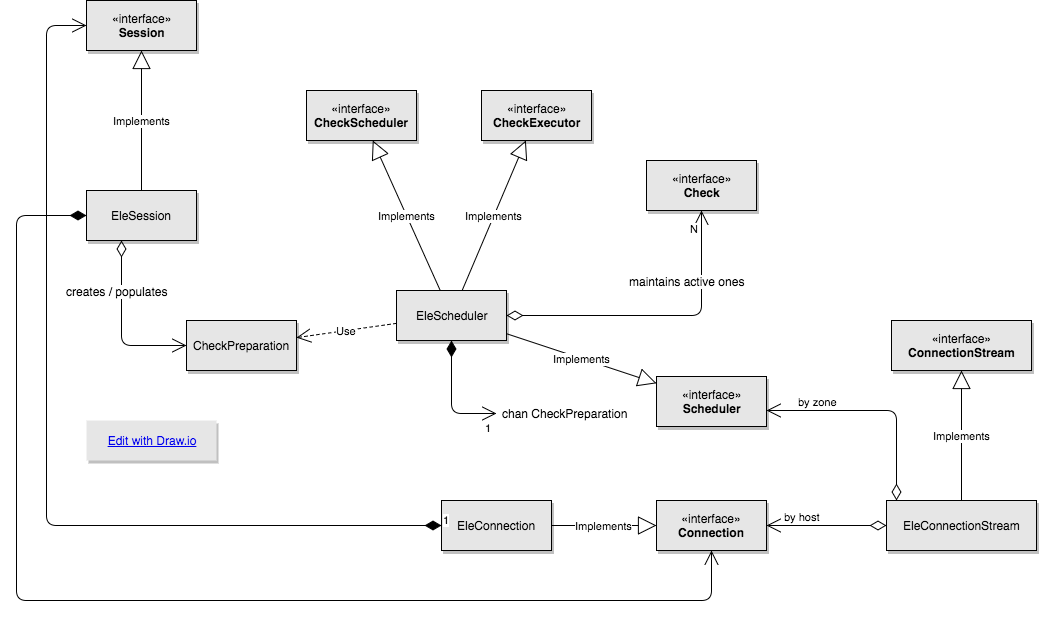
racker/rackspace-monitoring-poller keeps this draw.io diagram as docs/Poller session-scheduler-check reconciliation.png. Above is the earlier version. Source tidied: cells renumbered, new cells last; positions are measured from the earlier drawing's top-left corner, leaving out a move shared by most shapes.
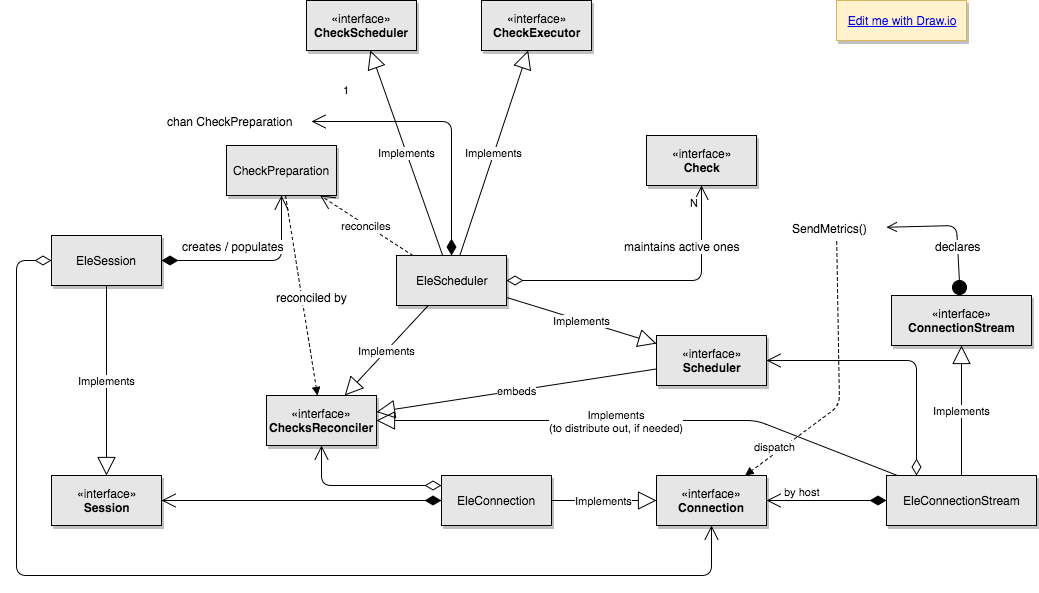
Later version of the same file.

Change to the diagram source:
```diff
@@ -3,51 +3,47 @@
     <mxCell id="0" style="html=1;" />
     <mxCell id="1" style="html=1;" parent="0" />
     <mxCell id="2" value="EleSession" style="html=1;shadow=1;fillColor=#E6E6E6;" parent="1" vertex="1">
-      <mxGeometry x="70" y="190" width="110" height="50" as="geometry" />
+      <mxGeometry x="5" y="260" width="110" height="50" as="geometry" />
     </mxCell>
     <mxCell id="3" value="«interface»&lt;br&gt;&lt;b&gt;Session&lt;/b&gt;" style="html=1;shadow=1;fillColor=#E6E6E6;" parent="1" vertex="1">
-      <mxGeometry x="70" width="110" height="50" as="geometry" />
+      <mxGeometry x="5" y="500" width="110" height="50" as="geometry" />
     </mxCell>
     <mxCell id="4" value="EleScheduler" style="html=1;shadow=1;fillColor=#E6E6E6;" parent="1" vertex="1">
-      <mxGeometry x="380" y="290" width="110" height="50" as="geometry" />
+      <mxGeometry x="350" y="280" width="110" height="50" as="geometry" />
     </mxCell>
     <mxCell id="5" value="«interface»&lt;br&gt;&lt;b&gt;Scheduler&lt;/b&gt;" style="html=1;shadow=1;fillColor=#E6E6E6;" parent="1" vertex="1">
-      <mxGeometry x="640" y="376" width="110" height="50" as="geometry" />
+      <mxGeometry x="610" y="360" width="110" height="50" as="geometry" />
     </mxCell>
     <mxCell id="6" value="«interface»&lt;br&gt;&lt;b&gt;CheckScheduler&lt;/b&gt;" style="html=1;shadow=1;fillColor=#E6E6E6;" parent="1" vertex="1">
-      <mxGeometry x="290" y="90" width="110" height="50" as="geometry" />
+      <mxGeometry x="260" y="25" width="110" height="50" as="geometry" />
     </mxCell>
     <mxCell id="7" value="«interface»&lt;br&gt;&lt;b&gt;CheckExecutor&lt;/b&gt;" style="html=1;shadow=1;fillColor=#E6E6E6;" parent="1" vertex="1">
-      <mxGeometry x="465" y="90" width="110" height="50" as="geometry" />
+      <mxGeometry x="435" y="25" width="110" height="50" as="geometry" />
     </mxCell>
     <mxCell id="8" value="Implements" style="endArrow=block;endSize=16;endFill=0;html=1;" parent="1" edge="1" source="2" target="3">
       <mxGeometry relative="1" as="geometry" />
     </mxCell>
     <mxCell id="9" value="Implements" style="endArrow=block;endSize=16;endFill=0;html=1;" parent="1" edge="1" source="4" target="7">
-      <mxGeometry x="205" y="110" as="geometry" />
+      <mxGeometry x="175" y="110" as="geometry" />
     </mxCell>
     <mxCell id="10" value="Implements" style="endArrow=block;endSize=16;endFill=0;html=1;" parent="1" edge="1" source="4" target="5">
-      <mxGeometry x="215" y="120" as="geometry" />
+      <mxGeometry x="185" y="120" as="geometry" />
     </mxCell>
     <mxCell id="11" value="Implements" style="endArrow=block;endSize=16;endFill=0;html=1;" parent="1" edge="1" source="4" target="6">
-      <mxGeometry x="225" y="130" as="geometry" />
+      <mxGeometry x="195" y="130" as="geometry" />
     </mxCell>
     <mxCell id="12" value="«interface»&lt;br&gt;&lt;b&gt;Check&lt;/b&gt;" style="html=1;shadow=1;fillColor=#E6E6E6;" parent="1" vertex="1">
-      <mxGeometry x="630" y="160" width="110" height="50" as="geometry" />
+      <mxGeometry x="600" y="160" width="110" height="50" as="geometry" />
     </mxCell>
     <mxCell id="13" value="CheckPreparation" style="html=1;shadow=1;fillColor=#E6E6E6;" parent="1" vertex="1">
-      <mxGeometry x="170" y="320" width="110" height="50" as="geometry" />
+      <mxGeometry x="180" y="170" width="110" height="50" as="geometry" />
     </mxCell>
-    <mxCell id="14" style="endArrow=open;html=1;endSize=12;startArrow=diamondThin;startSize=14;startFill=0;edgeStyle=orthogonalEdgeStyle;align=left;verticalAlign=bottom;" parent="1" edge="1" source="2" target="13">
-      <mxGeometry x="-1" y="3" relative="1" as="geometry">
-        <Array as="points">
-          <mxPoint x="105" y="345" />
-        </Array>
-      </mxGeometry>
+    <mxCell id="14" style="endArrow=open;html=1;endSize=12;startArrow=diamondThin;startSize=14;startFill=1;edgeStyle=orthogonalEdgeStyle;align=left;verticalAlign=bottom;" parent="1" edge="1" source="2" target="13">
+      <mxGeometry x="-1" y="3" relative="1" as="geometry" />
     </mxCell>
     <mxCell id="15" value="creates / populates" style="text;html=1;align=center;verticalAlign=middle;labelBackgroundColor=#ffffff;" parent="14" vertex="1">
       <mxGeometry x="0.07" y="-1" relative="1" as="geometry">
-        <mxPoint x="-4" y="-41" as="offset" />
+        <mxPoint x="-28" y="-16" as="offset" />
       </mxGeometry>
     </mxCell>
     <mxCell id="16" value="N" style="endArrow=open;html=1;endSize=12;startArrow=diamondThin;startSize=14;startFill=0;edgeStyle=orthogonalEdgeStyle;align=left;verticalAlign=bottom;" parent="1" edge="1" source="4" target="12">
@@ -59,62 +55,116 @@
       </mxGeometry>
     </mxCell>
     <mxCell id="18" value="chan CheckPreparation" style="text;html=1;strokeColor=none;fillColor=none;align=left;verticalAlign=top;spacingLeft=4;spacingRight=4;whiteSpace=wrap;overflow=hidden;points=[[0,0.5],[1,0.5]];portConstraint=eastwest;shadow=1;" parent="1" vertex="1">
-      <mxGeometry x="480" y="400" width="150" height="26" as="geometry" />
+      <mxGeometry x="115" y="133" width="150" height="26" as="geometry" />
     </mxCell>
     <mxCell id="19" value="1" style="endArrow=open;html=1;endSize=12;startArrow=diamondThin;startSize=14;startFill=1;edgeStyle=orthogonalEdgeStyle;align=left;verticalAlign=bottom;" parent="1" edge="1" source="4" target="18">
       <mxGeometry x="0.78" y="-23" relative="1" as="geometry" />
     </mxCell>
-    <mxCell id="20" value="Edit with Draw.io" style="text;html=1;whiteSpace=wrap;align=center;verticalAlign=middle;fontColor=#0000EE;fontStyle=4;shadow=1;fillColor=#E6E6E6;" parent="1" vertex="1">
-      <mxGeometry x="70" y="420" width="130" height="40" as="geometry" />
+    <mxCell id="20" value="Edit me with Draw.io" style="text;html=1;whiteSpace=wrap;align=center;verticalAlign=middle;fontColor=#0000EE;fontStyle=4;shadow=1;fillColor=#fff2cc;strokeColor=#d6b656;" parent="1" vertex="1">
+      <mxGeometry x="790" y="25" width="130" height="40" as="geometry" />
     </mxCell>
     <mxCell id="21" value="«interface»&lt;br&gt;&lt;b&gt;ConnectionStream&lt;/b&gt;" style="html=1;shadow=1;fillColor=#E6E6E6;" parent="1" vertex="1">
-      <mxGeometry x="875" y="320" width="140" height="50" as="geometry" />
+      <mxGeometry x="845" y="320" width="140" height="50" as="geometry" />
     </mxCell>
     <mxCell id="22" value="«interface»&lt;br&gt;&lt;b&gt;Connection&lt;/b&gt;" style="html=1;shadow=1;fillColor=#E6E6E6;" parent="1" vertex="1">
-      <mxGeometry x="640" y="500" width="110" height="50" as="geometry" />
+      <mxGeometry x="610" y="500" width="110" height="50" as="geometry" />
     </mxCell>
     <mxCell id="23" value="EleConnectionStream" style="html=1;shadow=1;fillColor=#E6E6E6;" parent="1" vertex="1">
-      <mxGeometry x="870" y="500" width="150" height="50" as="geometry" />
+      <mxGeometry x="840" y="500" width="150" height="50" as="geometry" />
     </mxCell>
-    <mxCell id="24" value="by host" style="endArrow=open;html=1;endSize=12;startArrow=diamondThin;startSize=14;startFill=0;edgeStyle=orthogonalEdgeStyle;align=left;verticalAlign=bottom;" parent="1" edge="1" source="23" target="22">
+    <mxCell id="24" value="by host" style="endArrow=open;html=1;endSize=12;startArrow=diamondThin;startSize=14;startFill=1;edgeStyle=orthogonalEdgeStyle;align=left;verticalAlign=bottom;" parent="1" edge="1" source="23" target="22">
       <mxGeometry x="0.73" relative="1" as="geometry" />
     </mxCell>
-    <mxCell id="25" value="by zone" style="endArrow=open;html=1;endSize=12;startArrow=diamondThin;startSize=14;startFill=0;edgeStyle=orthogonalEdgeStyle;align=left;verticalAlign=bottom;" parent="1" edge="1" source="23" target="5">
-      <mxGeometry as="geometry">
+    <mxCell id="25" style="endArrow=open;html=1;endSize=12;startArrow=diamondThin;startSize=14;startFill=0;edgeStyle=orthogonalEdgeStyle;align=left;verticalAlign=bottom;" parent="1" edge="1" source="23" target="5">
+      <mxGeometry x="-30" as="geometry">
         <Array as="points">
-          <mxPoint x="880" y="410" />
+          <mxPoint x="870" y="385" />
         </Array>
         <mxPoint x="-35" y="-45" as="offset" />
       </mxGeometry>
     </mxCell>
     <mxCell id="26" value="Implements" style="endArrow=block;endSize=16;endFill=0;html=1;" parent="1" edge="1" source="23" target="21">
-      <mxGeometry x="205" y="140" as="geometry" />
+      <mxGeometry x="175" y="140" as="geometry" />
     </mxCell>
     <mxCell id="27" value="EleConnection" style="html=1;shadow=1;fillColor=#E6E6E6;" parent="1" vertex="1">
-      <mxGeometry x="425" y="500" width="110" height="50" as="geometry" />
+      <mxGeometry x="395" y="500" width="110" height="50" as="geometry" />
     </mxCell>
-    <mxCell id="28" value="Use" style="endArrow=open;endSize=12;dashed=1;html=1;" parent="1" edge="1" source="4" target="13">
+    <mxCell id="28" value="reconciles" style="endArrow=open;endSize=12;dashed=1;html=1;" parent="1" edge="1" source="4" target="13">
       <mxGeometry relative="1" as="geometry" />
     </mxCell>
-    <mxCell id="29" value="1" style="endArrow=open;html=1;endSize=12;startArrow=diamondThin;startSize=14;startFill=1;edgeStyle=orthogonalEdgeStyle;align=left;verticalAlign=bottom;" parent="1" edge="1" source="27" target="3">
+    <mxCell id="29" style="endArrow=open;html=1;endSize=12;startArrow=diamondThin;startSize=14;startFill=1;edgeStyle=orthogonalEdgeStyle;align=left;verticalAlign=bottom;" parent="1" edge="1" source="27" target="3">
       <mxGeometry x="-1" y="3" relative="1" as="geometry">
         <Array as="points">
-          <mxPoint x="30" y="525" />
-          <mxPoint x="30" y="25" />
+          <mxPoint x="95" y="525" />
         </Array>
       </mxGeometry>
     </mxCell>
-    <mxCell id="30" style="endArrow=open;html=1;endSize=12;startArrow=diamondThin;startSize=14;startFill=1;edgeStyle=orthogonalEdgeStyle;align=left;verticalAlign=bottom;" parent="1" edge="1" source="2" target="22">
+    <mxCell id="30" style="endArrow=open;html=1;endSize=12;startArrow=diamondThin;startSize=14;startFill=0;edgeStyle=orthogonalEdgeStyle;align=left;verticalAlign=bottom;" parent="1" edge="1" source="2" target="22">
       <mxGeometry x="-1" y="3" relative="1" as="geometry">
         <Array as="points">
-          <mxPoint y="215" />
-          <mxPoint y="600" />
-          <mxPoint x="695" y="600" />
+          <mxPoint x="-30" y="285" />
+          <mxPoint x="-30" y="600" />
+          <mxPoint x="665" y="600" />
         </Array>
       </mxGeometry>
     </mxCell>
     <mxCell id="31" value="Implements" style="endArrow=block;endSize=16;endFill=0;html=1;" parent="1" edge="1" source="27" target="22">
-      <mxGeometry x="215" y="150" as="geometry" />
+      <mxGeometry x="185" y="150" as="geometry" />
     </mxCell>
+    <mxCell id="32" value="SendMetrics()" style="text;html=1;strokeColor=none;fillColor=none;align=left;verticalAlign=top;spacingLeft=4;spacingRight=4;whiteSpace=wrap;overflow=hidden;points=[[0,0.5],[1,0.5]];portConstraint=eastwest;shadow=1;" parent="1" vertex="1">
+      <mxGeometry x="740" y="240" width="100" height="26" as="geometry" />
+    </mxCell>
+    <mxCell id="33" value="dispatch" style="html=1;verticalAlign=bottom;endArrow=block;dashed=1;" parent="1" edge="1" source="32" target="22">
+      <mxGeometry x="0.74" y="2" relative="1" as="geometry">
+        <Array as="points">
+          <mxPoint x="793" y="430" />
+        </Array>
+        <mxPoint x="-1" as="offset" />
+      </mxGeometry>
+    </mxCell>
+    <mxCell id="34" style="html=1;verticalAlign=bottom;startArrow=circle;startFill=1;endArrow=open;startSize=6;endSize=8;" parent="1" edge="1" source="21" target="32">
+      <mxGeometry relative="1" as="geometry">
+        <Array as="points">
+          <mxPoint x="910" y="250" />
+        </Array>
+      </mxGeometry>
+    </mxCell>
+    <mxCell id="35" value="declares" style="text;html=1;align=center;verticalAlign=middle;labelBackgroundColor=#ffffff;" parent="34" vertex="1">
+      <mxGeometry x="-0.29" relative="1" as="geometry" />
+    </mxCell>
+    <mxCell id="36" style="html=1;verticalAlign=bottom;endArrow=block;dashed=1;" parent="1" edge="1" source="13" target="39">
+      <mxGeometry x="778.7" y="356" as="geometry">
+        <mxPoint x="-1" as="offset" />
+      </mxGeometry>
+    </mxCell>
+    <mxCell id="37" value="reconciled by" style="text;html=1;align=center;verticalAlign=middle;labelBackgroundColor=#ffffff;" parent="36" vertex="1">
+      <mxGeometry relative="1" as="geometry">
+        <mxPoint x="10" y="2" as="offset" />
+      </mxGeometry>
+    </mxCell>
+    <mxCell id="38" style="endArrow=open;html=1;endSize=12;startArrow=diamondThin;startSize=14;startFill=0;edgeStyle=orthogonalEdgeStyle;align=left;verticalAlign=bottom;" parent="1" edge="1" source="27" target="39">
+      <mxGeometry x="50" y="305" as="geometry">
+        <Array as="points">
+          <mxPoint x="275" y="510" />
+        </Array>
+      </mxGeometry>
+    </mxCell>
+    <mxCell id="39" value="«interface»&lt;br&gt;&lt;b&gt;ChecksReconciler&lt;/b&gt;&lt;br&gt;" style="html=1;shadow=1;fillColor=#E6E6E6;" parent="1" vertex="1">
+      <mxGeometry x="220" y="420" width="110" height="50" as="geometry" />
+    </mxCell>
+    <mxCell id="40" value="Implements" style="endArrow=block;endSize=16;endFill=0;html=1;" parent="1" edge="1" source="4" target="39">
+      <mxGeometry x="205" y="140" as="geometry" />
+    </mxCell>
+    <mxCell id="41" value="Implements&lt;div&gt;(to distribute out, if needed)&lt;/div&gt;" style="endArrow=block;endSize=16;endFill=0;html=1;" parent="1" edge="1" source="23" target="39">
+      <mxGeometry as="geometry">
+        <Array as="points">
+          <mxPoint x="710" y="445" />
+        </Array>
+        <mxPoint x="-20" y="-27" as="offset" />
+      </mxGeometry>
+    </mxCell>
+    <mxCell id="42" value="embeds" style="endArrow=block;endSize=16;endFill=0;html=1;" parent="1" edge="1" source="5" target="39">
+      <mxGeometry x="195" y="130" as="geometry" />
+    </mxCell>
   </root>
 </mxGraphModel>
```
